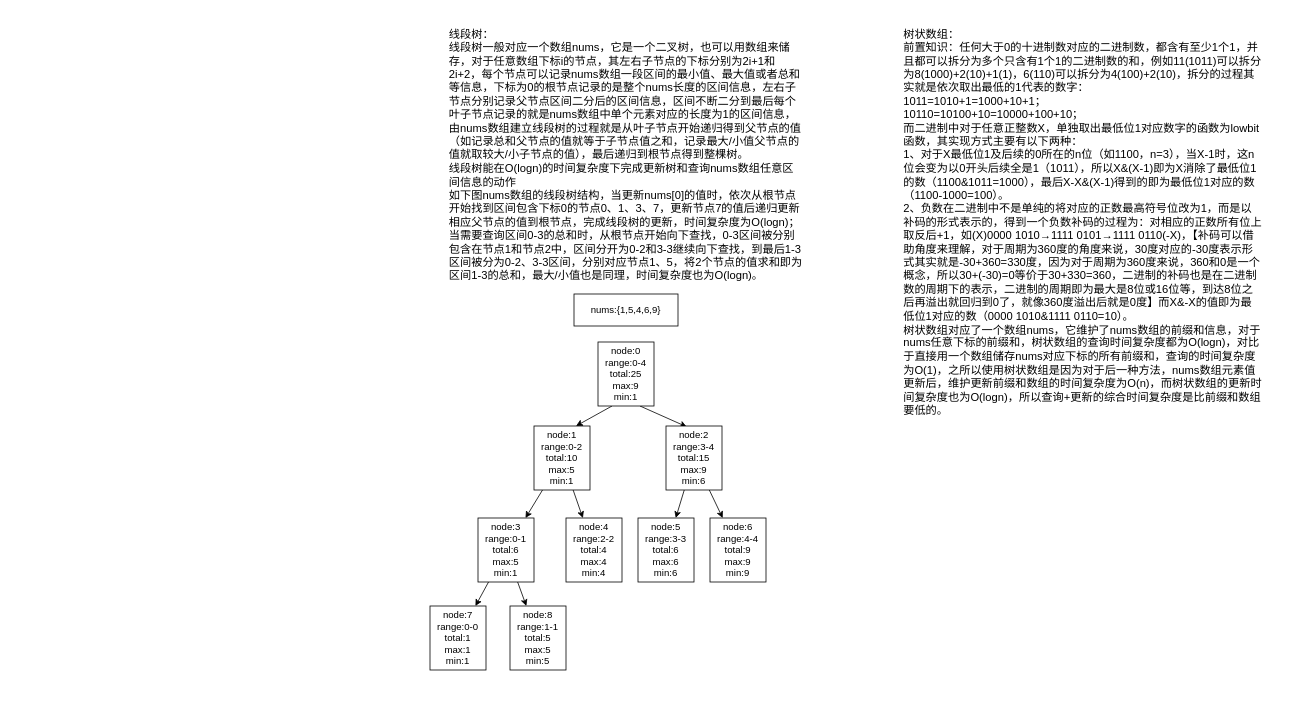
a7956232/drawIOFiles keeps this draw.io diagram as 线段树和树状数组.drawio. Above is the earlier version. Source tidied: cells renumbered, new cells numbered last; positions are measured from the earlier drawing's top-left corner, leaving out a move shared by most shapes. Both pictures are drawn from the tidied source at 80%, with x=0, y=0 at pixel (430, 22).
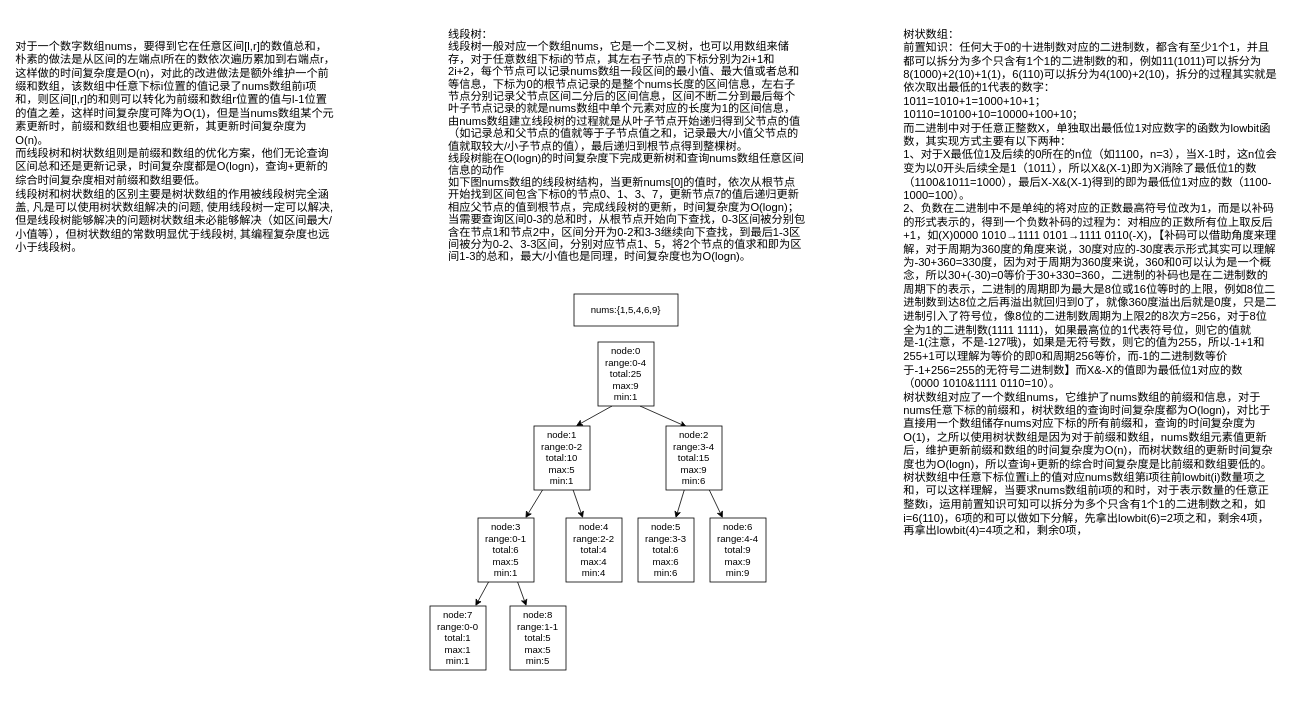
The same diagram, later.

Commit message:
更新线段树和树状数组.drawio

Diff of the diagram source:
```diff
@@
-    <mxCell id="2" value="&lt;font style=&quot;font-size: 14px;&quot;&gt;线段树：&lt;br&gt;线段树一般对应一个数组nums，它是一个二叉树，也可以用数组来储存，对于任意数组下标i的节点，其左右子节点的下标分别为2i+1和2i+2，每个节点可以记录nums数组一段区间的最小值、最大值或者总和等信息，下标为0的根节点记录的是整个nums长度的区间信息，左右子节点分别记录父节点区间二分后的区间信息，区间不断二分到最后每个叶子节点记录的就是nums数组中单个元素对应的长度为1的区间信息，由nums数组建立线段树的过程就是从叶子节点开始递归得到父节点的值（如记录总和父节点的值就等于子节点值之和，记录最大/小值父节点的值就取较大/小子节点的值），最后递归到根节点得到整棵树。&lt;br&gt;线段树能在O(logn)的时间复杂度下完成更新树和查询nums数组任意区间信息的动作&lt;br&gt;如下图nums数组的线段树结构，当更新nums[0]的值时，依次从根节点开始找到区间包含下标0的节点0、1、3、7，更新节点7的值后递归更新相应父节点的值到根节点，完成线段树的更新，时间复杂度为O(logn)；&lt;br&gt;当需要查询区间0-3的总和时，从根节点开始向下查找，0-3区间被分别包含在节点1和节点2中，区间分开为0-2和3-3继续向下查找，到最后1-3区间被分为0-2、3-3区间，分别对应节点1、5，将2个节点的值求和即为区间1-3的总和，最大/小值也是同理，时间复杂度也为O(logn)。&lt;/font&gt;" style="text;html=1;strokeColor=none;fillColor=none;align=left;verticalAlign=top;whiteSpace=wrap;rounded=0;" parent="1" vertex="1">
-      <mxGeometry x="22" width="446" height="330" as="geometry" />
+    <mxCell id="2" value="&lt;p style=&quot;line-height: 120%;&quot;&gt;&lt;font style=&quot;font-size: 14px;&quot;&gt;线段树：&lt;br&gt;线段树一般对应一个数组nums，它是一个二叉树，也可以用数组来储存，对于任意数组下标i的节点，其左右子节点的下标分别为2i+1和2i+2，每个节点可以记录nums数组一段区间的最小值、最大值或者总和等信息，下标为0的根节点记录的是整个nums长度的区间信息，左右子节点分别记录父节点区间二分后的区间信息，区间不断二分到最后每个叶子节点记录的就是nums数组中单个元素对应的长度为1的区间信息，由nums数组建立线段树的过程就是从叶子节点开始递归得到父节点的值（如记录总和父节点的值就等于子节点值之和，记录最大/小值父节点的值就取较大/小子节点的值），最后递归到根节点得到整棵树。&lt;br&gt;线段树能在O(logn)的时间复杂度下完成更新树和查询nums数组任意区间信息的动作&lt;br&gt;如下图nums数组的线段树结构，当更新nums[0]的值时，依次从根节点开始找到区间包含下标0的节点0、1、3、7，更新节点7的值后递归更新相应父节点的值到根节点，完成线段树的更新，时间复杂度为O(logn)；&lt;br&gt;当需要查询区间0-3的总和时，从根节点开始向下查找，0-3区间被分别包含在节点1和节点2中，区间分开为0-2和3-3继续向下查找，到最后1-3区间被分为0-2、3-3区间，分别对应节点1、5，将2个节点的值求和即为区间1-3的总和，最大/小值也是同理，时间复杂度也为O(logn)。&lt;/font&gt;&lt;/p&gt;" style="text;html=1;strokeColor=none;fillColor=none;align=left;verticalAlign=top;whiteSpace=wrap;rounded=0;" parent="1" vertex="1">
+      <mxGeometry x="20.5" y="-10" width="449" height="330" as="geometry" />
     </mxCell>
@@
-    <mxCell id="21" value="&lt;font style=&quot;font-size: 14px;&quot;&gt;树状数组：&lt;br&gt;前置知识：任何大于0的十进制数对应的二进制数，都含有至少1个1，并且都可以拆分为多个只含有1个1的二进制数的和，例如11(1011)可以拆分为8(1000)+2(10)+1(1)，6(110)可以拆分为4(100)+2(10)，拆分的过程其实就是依次取出最低的1代表的数字：&lt;br&gt;1011=1010+1=1000+10+1；&lt;br&gt;10110=10100+10=10000+100+10；&lt;br&gt;而二进制中对于任意正整数X，单独取出最低位1对应数字的函数为lowbit函数，其实现方式主要有以下两种：&lt;br&gt;1、对于X最低位1及后续的0所在的n位（如1100，n=3），当X-1时，这n位会变为以0开头后续全是1（1011），所以X&amp;amp;(X-1)即为X消除了最低位1的数（1100&amp;amp;1011=1000），最后X-X&amp;amp;(X-1)得到的即为最低位1对应的数（1100-1000=100）。&lt;br&gt;2、负数在二进制中不是单纯的将对应的正数最高符号位改为1，而是以补码的形式表示的，得到一个负数补码的过程为：对相应的正数所有位上取反后+1，如(X)0000 1010→1111 0101→1111 0110(-X)，【补码可以借助角度来理解，对于周期为360度的角度来说，30度对应的-30度表示形式其实就是-30+360=330度，因为对于周期为360度来说，360和0是一个概念，所以30+(-30)=0等价于30+330=360，二进制的补码也是在二进制数的周期下的表示，二进制的周期即为最大是8位或16位等，到达8位之后再溢出就回归到0了，就像360度溢出后就是0度】而X&amp;amp;-X的值即为最低位1对应的数（0000 1010&amp;amp;1111 0110=10）。&lt;br&gt;树状数组对应了一个数组nums，它维护了nums数组的前缀和信息，对于nums任意下标的前缀和，树状数组的查询时间复杂度都为O(logn)，对比于直接用一个数组储存nums对应下标的所有前缀和，查询的时间复杂度为O(1)，之所以使用树状数组是因为对于后一种方法，nums数组元素值更新后，维护更新前缀和数组的时间复杂度为O(n)，而树状数组的更新时间复杂度也为O(logn)，所以查询+更新的综合时间复杂度是比前缀和数组要低的。&lt;br&gt;&lt;/font&gt;" style="text;html=1;strokeColor=none;fillColor=none;align=left;verticalAlign=top;whiteSpace=wrap;rounded=0;" parent="1" vertex="1">
-      <mxGeometry x="590" width="450" height="580" as="geometry" />
+    <mxCell id="21" value="&lt;font style=&quot;font-size: 14px;&quot;&gt;树状数组：&lt;br&gt;前置知识：任何大于0的十进制数对应的二进制数，都含有至少1个1，并且都可以拆分为多个只含有1个1的二进制数的和，例如11(1011)可以拆分为8(1000)+2(10)+1(1)，6(110)可以拆分为4(100)+2(10)，拆分的过程其实就是依次取出最低的1代表的数字：&lt;br&gt;1011=1010+1=1000+10+1；&lt;br&gt;10110=10100+10=10000+100+10；&lt;br&gt;而二进制中对于任意正整数X，单独取出最低位1对应数字的函数为lowbit函数，其实现方式主要有以下两种：&lt;br&gt;1、对于X最低位1及后续的0所在的n位（如1100，n=3），当X-1时，这n位会变为以0开头后续全是1（1011），所以X&amp;amp;(X-1)即为X消除了最低位1的数（1100&amp;amp;1011=1000），最后X-X&amp;amp;(X-1)得到的即为最低位1对应的数（1100-1000=100）。&lt;br&gt;2、负数在二进制中不是单纯的将对应的正数最高符号位改为1，而是以补码的形式表示的，得到一个负数补码的过程为：对相应的正数所有位上取反后+1，如(X)0000 1010→1111 0101→1111 0110(-X)，【补码可以借助角度来理解，对于周期为360度的角度来说，30度对应的-30度表示形式其实可以理解为-30+360=330度，因为对于周期为360度来说，360和0可以认为是一个概念，所以30+(-30)=0等价于30+330=360，二进制的补码也是在二进制数的周期下的表示，二进制的周期即为最大是8位或16位等时的上限，例如8位二进制数到达8位之后再溢出就回归到0了，就像360度溢出后就是0度，只是二进制引入了符号位，像8位的二进制数周期为上限2的8次方=256，对于8位全为1的二进制数(1111 1111)，如果最高位的1代表符号位，则它的值就是-1(注意，不是-127哦)，如果是无符号数，则它的值为255，所以-1+1和255+1可以理解为等价的即0和周期256等价，而-1的二进制数等价于-1+256=255的无符号二进制数】而X&amp;amp;-X的值即为最低位1对应的数（0000 1010&amp;amp;1111 0110=10）。&lt;br&gt;树状数组对应了一个数组nums，它维护了nums数组的前缀和信息，对于nums任意下标的前缀和，树状数组的查询时间复杂度都为O(logn)，对比于直接用一个数组储存nums对应下标的所有前缀和，查询的时间复杂度为O(1)，之所以使用树状数组是因为对于前缀和数组，nums数组元素值更新后，维护更新前缀和数组的时间复杂度为O(n)，而树状数组的更新时间复杂度也为O(logn)，所以查询+更新的综合时间复杂度是比前缀和数组要低的。&lt;br&gt;树状数组中任意下标位置i上的值对应nums数组第i项往前lowbit(i)数量项之和，可以这样理解，当要求nums数组前i项的和时，对于表示数量的任意正整数i，运用前置知识可知可以拆分为多个只含有1个1的二进制数之和，如i=6(110)，6项的和可以做如下分解，先拿出lowbit(6)=2项之和，剩余4项，再拿出lowbit(4)=4项之和，剩余0项，&lt;br&gt;&lt;/font&gt;" style="text;html=1;strokeColor=none;fillColor=none;align=left;verticalAlign=top;whiteSpace=wrap;rounded=0;" parent="1" vertex="1">
+      <mxGeometry x="590" width="470" height="860" as="geometry" />
     </mxCell>
+    <mxCell id="22" value="&lt;font style=&quot;font-size: 14px;&quot;&gt;对于一个数字数组nums，要得到它在任意区间[l,r]的数值总和，朴素的做法是从区间的左端点l所在的数依次遍历累加到右端点r，这样做的时间复杂度是O(n)，对此的改进做法是额外维护一个前缀和数组，该数组中任意下标i位置的值记录了nums数组前i项和，则区间[l,r]的和则可以转化为前缀和数组r位置的值与l-1位置的值之差，这样时间复杂度可降为O(1)，但是当nums数组某个元素更新时，前缀和数组也要相应更新，其更新时间复杂度为O(n)。&lt;br&gt;而线段树和树状数组则是前缀和数组的优化方案，他们无论查询区间总和还是更新记录，时间复杂度都是O(logn)，查询+更新的综合时间复杂度相对前缀和数组要低。&lt;br&gt;线段树和树状数组的区别主要是树状数组的作用被线段树完全涵盖, 凡是可以使用树状数组解决的问题, 使用线段树一定可以解决, 但是线段树能够解决的问题树状数组未必能够解决（如区间最大/小值等），但树状数组的常数明显优于线段树, 其编程复杂度也远小于线段树。&lt;br&gt;&lt;/font&gt;" style="text;html=1;strokeColor=none;fillColor=none;align=left;verticalAlign=top;whiteSpace=wrap;rounded=0;" parent="1" vertex="1">
+      <mxGeometry x="-520" y="15" width="403" height="280" as="geometry" />
+    </mxCell>
```
